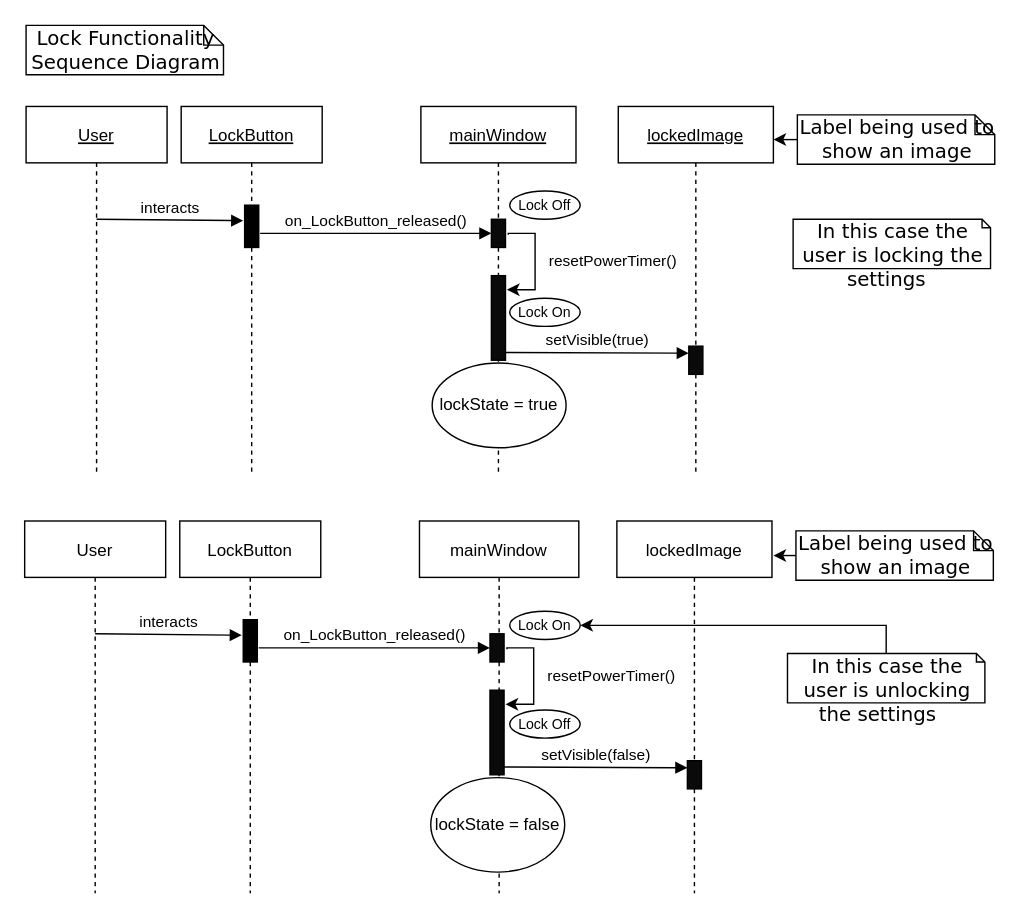
Hall-Andrew/CESDEVICE-3004FinalProject keeps this draw.io diagram as Documentation/lockSequence.drawio. Above is the earlier version. Source tidied: cells renumbered, new cells numbered last; positions are measured from the earlier drawing's top-left corner, leaving out a move shared by most shapes. Both pictures are drawn from the tidied source at 141%, with x=0, y=0 at pixel (24, 24).
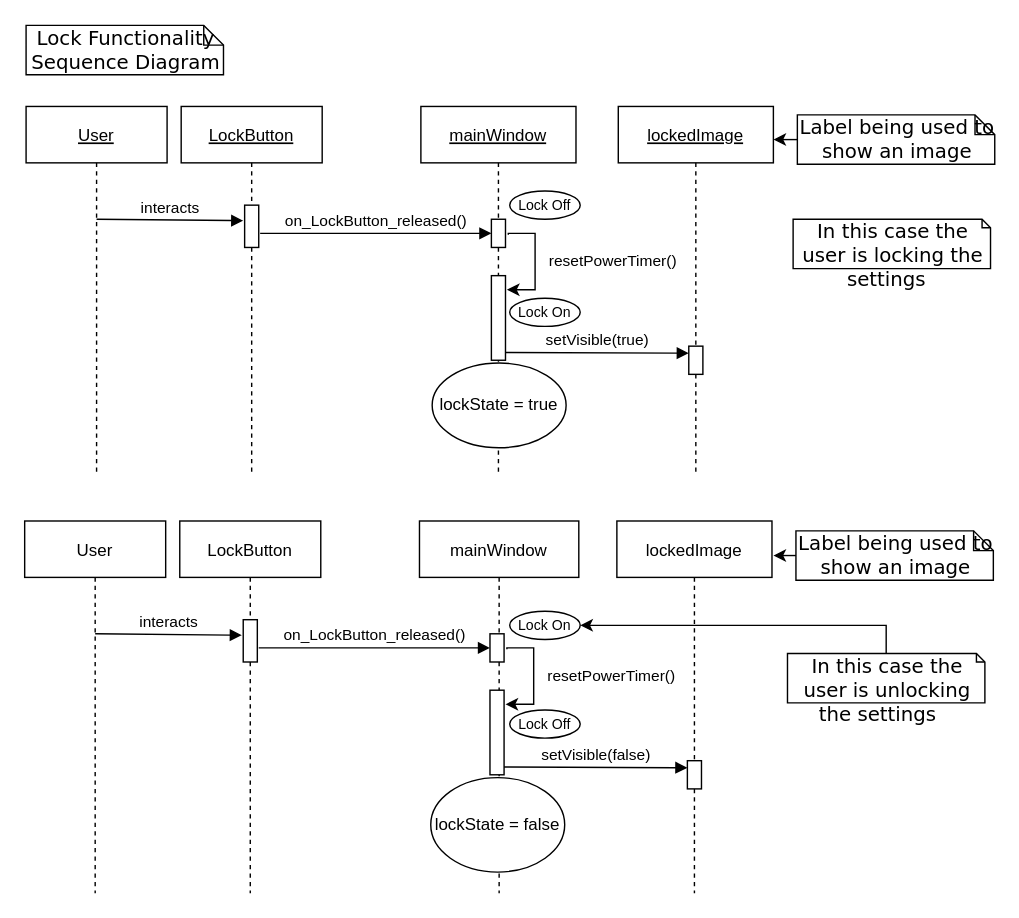
The same page after the edit.

Unchanged cells that the change refers to:
```xml
<mxCell id="2" value="LockButton" style="shape=umlLifeline;perimeter=lifelinePerimeter;rounded=0;shadow=0;strokeWidth=1;fontStyle=4;" parent="1" vertex="1">
  <mxGeometry x="111" y="58" width="100" height="260" as="geometry" />
</mxCell>
<mxCell id="4" value="mainWindow" style="shape=umlLifeline;perimeter=lifelinePerimeter;rounded=0;shadow=0;strokeWidth=1;fontStyle=4;" parent="1" vertex="1">
  <mxGeometry x="281" y="58" width="110" height="260" as="geometry" />
</mxCell>
<mxCell id="14" value="lockedImage" style="shape=umlLifeline;perimeter=lifelinePerimeter;rounded=0;shadow=0;strokeWidth=1;fontStyle=4;" parent="1" vertex="1">
  <mxGeometry x="421" y="58" width="110" height="260" as="geometry" />
</mxCell>
<mxCell id="20" value="LockButton" style="shape=umlLifeline;perimeter=lifelinePerimeter;rounded=0;shadow=0;strokeWidth=1;" parent="1" vertex="1">
  <mxGeometry x="110" y="352" width="100" height="264" as="geometry" />
</mxCell>
<mxCell id="22" value="mainWindow" style="shape=umlLifeline;perimeter=lifelinePerimeter;rounded=0;shadow=0;strokeWidth=1;" parent="1" vertex="1">
  <mxGeometry x="280" y="352" width="113" height="264" as="geometry" />
</mxCell>
<mxCell id="31" value="lockedImage" style="shape=umlLifeline;perimeter=lifelinePerimeter;rounded=0;shadow=0;strokeWidth=1;" parent="1" vertex="1">
  <mxGeometry x="420" y="352" width="110" height="264" as="geometry" />
</mxCell>
```

What changed in the source:
```diff
@@
-    <mxCell id="3" style="points=[];perimeter=orthogonalPerimeter;rounded=0;shadow=0;strokeWidth=1;fillColor=#000000;" parent="2" vertex="1">
+    <mxCell id="3" style="points=[];perimeter=orthogonalPerimeter;rounded=0;shadow=0;strokeWidth=1;fillColor=default;" parent="2" vertex="1">
       <mxGeometry x="45" y="70" width="10" height="30" as="geometry" />
     </mxCell>
@@
-    <mxCell id="6" style="perimeter=orthogonalPerimeter;rounded=0;shadow=0;strokeWidth=1;fillColor=#0A0A0A;" parent="4" vertex="1">
+    <mxCell id="6" style="perimeter=orthogonalPerimeter;rounded=0;shadow=0;strokeWidth=1;fillColor=default;" parent="4" vertex="1">
       <mxGeometry x="50" y="120" width="10" height="60" as="geometry" />
     </mxCell>
@@
-    <mxCell id="8" style="points=[];perimeter=orthogonalPerimeter;rounded=0;shadow=0;strokeWidth=1;fillColor=#0A0A0A;" parent="4" vertex="1">
+    <mxCell id="8" style="points=[];perimeter=orthogonalPerimeter;rounded=0;shadow=0;strokeWidth=1;fillColor=default;" parent="4" vertex="1">
       <mxGeometry x="50" y="80" width="10" height="20" as="geometry" />
     </mxCell>
@@
-    <mxCell id="15" style="perimeter=orthogonalPerimeter;rounded=0;shadow=0;strokeWidth=1;fillColor=#0A0A0A;" parent="14" vertex="1">
+    <mxCell id="15" style="perimeter=orthogonalPerimeter;rounded=0;shadow=0;strokeWidth=1;fillColor=default;" parent="14" vertex="1">
       <mxGeometry x="50" y="170" width="10" height="20" as="geometry" />
     </mxCell>
@@
-    <mxCell id="21" style="points=[];perimeter=orthogonalPerimeter;rounded=0;shadow=0;strokeWidth=1;fillColor=#000000;" parent="20" vertex="1">
+    <mxCell id="21" style="points=[];perimeter=orthogonalPerimeter;rounded=0;shadow=0;strokeWidth=1;fillColor=default;" parent="20" vertex="1">
       <mxGeometry x="45" y="70" width="10" height="30" as="geometry" />
     </mxCell>
@@
-    <mxCell id="24" style="perimeter=orthogonalPerimeter;rounded=0;shadow=0;strokeWidth=1;fillColor=#0A0A0A;" parent="22" vertex="1">
+    <mxCell id="24" style="perimeter=orthogonalPerimeter;rounded=0;shadow=0;strokeWidth=1;fillColor=default;" parent="22" vertex="1">
       <mxGeometry x="50" y="120" width="10" height="60" as="geometry" />
     </mxCell>
@@
-    <mxCell id="26" style="points=[];perimeter=orthogonalPerimeter;rounded=0;shadow=0;strokeWidth=1;fillColor=#0A0A0A;" parent="22" vertex="1">
+    <mxCell id="26" style="points=[];perimeter=orthogonalPerimeter;rounded=0;shadow=0;strokeWidth=1;fillColor=default;" parent="22" vertex="1">
       <mxGeometry x="50" y="80" width="10" height="20" as="geometry" />
     </mxCell>
@@
-    <mxCell id="32" style="perimeter=orthogonalPerimeter;rounded=0;shadow=0;strokeWidth=1;fillColor=#0A0A0A;" parent="31" vertex="1">
+    <mxCell id="32" style="perimeter=orthogonalPerimeter;rounded=0;shadow=0;strokeWidth=1;fillColor=default;" parent="31" vertex="1">
       <mxGeometry x="50" y="170" width="10" height="20" as="geometry" />
     </mxCell>
```
